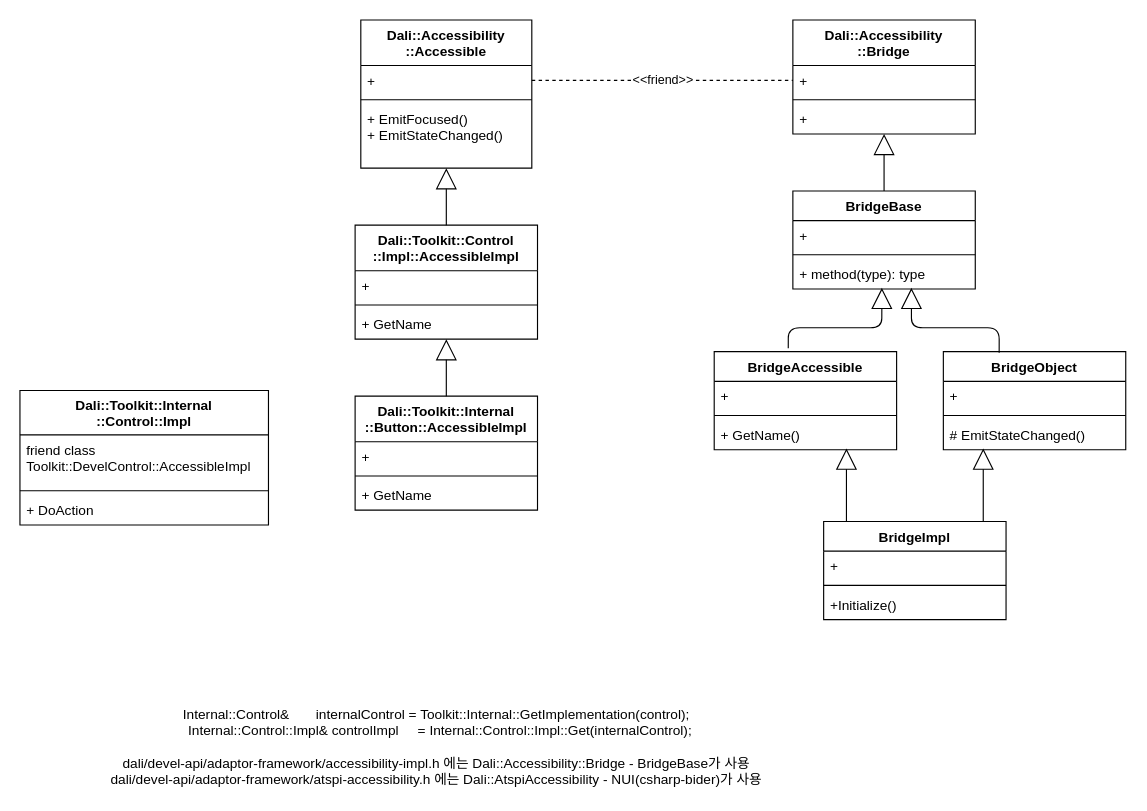
The draw.io diagram Untitled Diagram.drawio in taehyub/hello-world, before the edit. Source tidied: cells renumbered, new cells numbered last; positions are measured from the earlier drawing's top-left corner, leaving out a move shared by most shapes. Both pictures are drawn from the tidied source at 114%, with x=0, y=0 at pixel (19, 19).
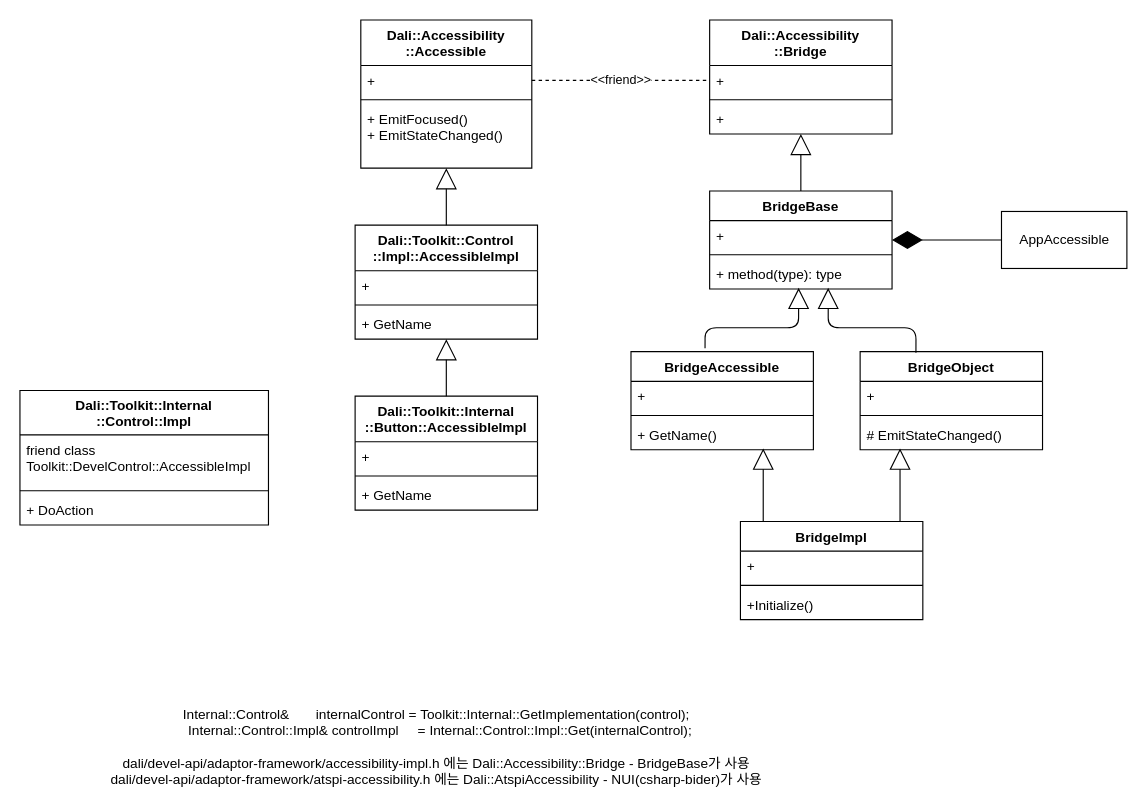
After the change.

Unchanged cells that the change refers to:
```xml
<mxCell id="14" value="+" style="text;strokeColor=none;fillColor=none;align=left;verticalAlign=top;spacingLeft=4;spacingRight=4;overflow=hidden;points=[[0,0.5],[1,0.5]];portConstraint=eastwest;" parent="11" vertex="1">
  <mxGeometry y="74" width="160" height="26" as="geometry" />
</mxCell>
<mxCell id="18" value="+ method(type): type" style="text;strokeColor=none;fillColor=none;align=left;verticalAlign=top;spacingLeft=4;spacingRight=4;overflow=hidden;points=[[0,0.5],[1,0.5]];portConstraint=eastwest;" parent="15" vertex="1">
  <mxGeometry y="60" width="160" height="26" as="geometry" />
</mxCell>
```

Diff of the diagram source:
```diff
@@
     <mxCell id="11" value="Dali::Accessibility&#10;::Bridge" style="swimlane;fontStyle=1;align=center;verticalAlign=top;horizontal=1;startSize=40;" parent="1" vertex="1">
-      <mxGeometry x="678" width="160" height="100" as="geometry" />
+      <mxGeometry x="605" width="160" height="100" as="geometry" />
     </mxCell>
@@
     <mxCell id="15" value="BridgeBase" style="swimlane;fontStyle=1;align=center;verticalAlign=top;horizontal=1;startSize=26;" parent="1" vertex="1">
-      <mxGeometry x="678" y="150" width="160" height="86" as="geometry" />
+      <mxGeometry x="605" y="150" width="160" height="86" as="geometry" />
     </mxCell>
@@
     <mxCell id="19" value="BridgeAccessible" style="swimlane;fontStyle=1;align=center;verticalAlign=top;horizontal=1;startSize=26;" parent="1" vertex="1">
-      <mxGeometry x="609" y="291" width="160" height="86" as="geometry" />
+      <mxGeometry x="536" y="291" width="160" height="86" as="geometry" />
     </mxCell>
@@
     <mxCell id="23" value="BridgeObject" style="swimlane;fontStyle=1;align=center;verticalAlign=top;horizontal=1;startSize=26;" parent="1" vertex="1">
-      <mxGeometry x="810" y="291" width="160" height="86" as="geometry" />
+      <mxGeometry x="737" y="291" width="160" height="86" as="geometry" />
     </mxCell>
@@
     <mxCell id="27" style="endArrow=block;endSize=16;endFill=0;html=1;exitX=0.5;exitY=0;exitDx=0;exitDy=0;" parent="1" edge="1" target="14">
       <mxGeometry relative="1" as="geometry">
-        <mxPoint x="758" y="150" as="sourcePoint" />
+        <mxPoint x="685" y="150" as="sourcePoint" />
       </mxGeometry>
     </mxCell>
     <mxCell id="28" style="endArrow=block;endSize=16;endFill=0;html=1;entryX=0.488;entryY=0.962;entryDx=0;entryDy=0;entryPerimeter=0;exitX=0.406;exitY=-0.035;exitDx=0;exitDy=0;exitPerimeter=0;" parent="1" edge="1" source="19" target="18">
       <mxGeometry relative="1" as="geometry">
         <Array as="points">
-          <mxPoint x="674" y="270" />
-          <mxPoint x="756" y="270" />
+          <mxPoint x="601" y="270" />
+          <mxPoint x="683" y="270" />
         </Array>
       </mxGeometry>
     </mxCell>
     <mxCell id="29" style="endArrow=block;endSize=16;endFill=0;html=1;entryX=0.65;entryY=0.962;entryDx=0;entryDy=0;entryPerimeter=0;exitX=0.306;exitY=0.012;exitDx=0;exitDy=0;exitPerimeter=0;" parent="1" edge="1" source="23" target="18">
       <mxGeometry relative="1" as="geometry">
         <Array as="points">
-          <mxPoint x="859" y="270" />
-          <mxPoint x="782" y="270" />
+          <mxPoint x="786" y="270" />
+          <mxPoint x="709" y="270" />
         </Array>
       </mxGeometry>
     </mxCell>
@@
     <mxCell id="31" value="BridgeImpl" style="swimlane;fontStyle=1;align=center;verticalAlign=top;horizontal=1;startSize=26;" parent="1" vertex="1">
-      <mxGeometry x="705" y="440" width="160" height="86" as="geometry" />
+      <mxGeometry x="632" y="440" width="160" height="86" as="geometry" />
     </mxCell>
@@
     <mxCell id="35" style="endArrow=block;endSize=16;endFill=0;html=1;entryX=0.594;entryY=0.962;entryDx=0;entryDy=0;entryPerimeter=0;exitX=0.406;exitY=-0.035;exitDx=0;exitDy=0;exitPerimeter=0;" parent="1" edge="1">
       <mxGeometry relative="1" as="geometry">
-        <mxPoint x="725" y="440" as="sourcePoint" />
-        <mxPoint x="725" y="376" as="targetPoint" />
+        <mxPoint x="652" y="440" as="sourcePoint" />
+        <mxPoint x="652" y="376" as="targetPoint" />
         <Array as="points">
-          <mxPoint x="725" y="422" />
+          <mxPoint x="652" y="422" />
         </Array>
       </mxGeometry>
     </mxCell>
     <mxCell id="36" style="endArrow=block;endSize=16;endFill=0;html=1;entryX=0.594;entryY=0.962;entryDx=0;entryDy=0;entryPerimeter=0;exitX=0.406;exitY=-0.035;exitDx=0;exitDy=0;exitPerimeter=0;" parent="1" edge="1">
       <mxGeometry relative="1" as="geometry">
-        <mxPoint x="845" y="440" as="sourcePoint" />
-        <mxPoint x="845" y="376" as="targetPoint" />
+        <mxPoint x="772" y="440" as="sourcePoint" />
+        <mxPoint x="772" y="376" as="targetPoint" />
         <Array as="points">
-          <mxPoint x="845" y="422" />
+          <mxPoint x="772" y="422" />
         </Array>
       </mxGeometry>
     </mxCell>
@@
+    <mxCell id="47" value="AppAccessible" style="html=1;" parent="1" vertex="1">
+      <mxGeometry x="861" y="168" width="110" height="50" as="geometry" />
+    </mxCell>
+    <mxCell id="48" style="endArrow=diamondThin;endFill=1;endSize=24;html=1;exitX=0;exitY=0.5;exitDx=0;exitDy=0;" parent="1" edge="1" source="47" target="15">
+      <mxGeometry relative="1" as="geometry" />
+    </mxCell>
```
